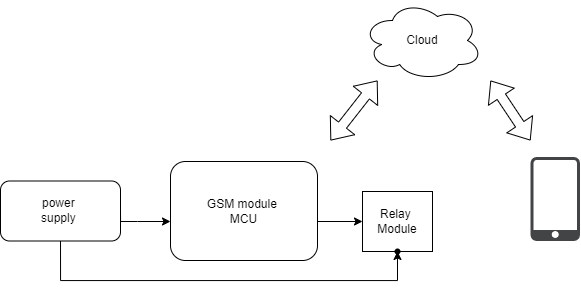
Before: Untitled Diagram.drawio.png, a diagram exported from draw.io (Dileepkv/Battery-Powerd-Remote-Monitoring-System). Source tidied: cells renumbered, new cells last; positions are measured from the earlier drawing's top-left corner, leaving out a move shared by most shapes. Source of this version:
```xml
<mxGraphModel>
  <root>
    <mxCell id="0" />
    <mxCell id="1" parent="0" />
    <mxCell id="2" value="GSM module&amp;nbsp;&lt;br&gt;MCU" style="rounded=1;whiteSpace=wrap;html=1;" parent="1" vertex="1">
      <mxGeometry x="170" y="161" width="147" height="99" as="geometry" />
    </mxCell>
    <mxCell id="3" value="Relay&amp;nbsp;&lt;br&gt;Module" style="rounded=0;whiteSpace=wrap;html=1;" parent="1" vertex="1">
      <mxGeometry x="362" y="191" width="70" height="60" as="geometry" />
    </mxCell>
    <mxCell id="4" style="endArrow=classic;html=1;rounded=0;" parent="1" edge="1" target="3">
      <mxGeometry relative="1" as="geometry">
        <mxPoint x="317" y="221" as="sourcePoint" />
      </mxGeometry>
    </mxCell>
    <mxCell id="5" style="edgeStyle=orthogonalEdgeStyle;rounded=0;jettySize=auto;html=1;exitX=1;exitY=0.5;exitDx=0;exitDy=0;" parent="1" edge="1" source="7" target="2">
      <mxGeometry relative="1" as="geometry">
        <Array as="points">
          <mxPoint x="137" y="221" />
          <mxPoint x="137" y="221" />
        </Array>
      </mxGeometry>
    </mxCell>
    <mxCell id="6" style="edgeStyle=orthogonalEdgeStyle;rounded=0;jettySize=auto;html=1;exitX=0.5;exitY=1;exitDx=0;exitDy=0;" parent="1" edge="1" source="7" target="8">
      <mxGeometry relative="1" as="geometry">
        <Array as="points">
          <mxPoint x="60" y="280" />
          <mxPoint x="397" y="280" />
        </Array>
      </mxGeometry>
    </mxCell>
    <mxCell id="7" value="power &lt;br&gt;supply&amp;nbsp;" style="rounded=1;whiteSpace=wrap;html=1;" parent="1" vertex="1">
      <mxGeometry y="180.5" width="120" height="60" as="geometry" />
    </mxCell>
    <mxCell id="8" style="shape=waypoint;sketch=0;size=6;points=[];fillColor=default;perimeter=centerPerimeter;snapToPoint=1;rounded=1;" parent="1" vertex="1">
      <mxGeometry x="377" y="231" width="40" height="40" as="geometry" />
    </mxCell>
    <mxCell id="9" value="Cloud" style="ellipse;shape=cloud;whiteSpace=wrap;html=1;" parent="1" vertex="1">
      <mxGeometry x="362" width="120" height="80" as="geometry" />
    </mxCell>
    <mxCell id="10" style="shape=flexArrow;endArrow=classic;startArrow=classic;html=1;rounded=0;" parent="1" edge="1">
      <mxGeometry relative="1" as="geometry">
        <mxPoint x="330" y="140" as="sourcePoint" />
        <mxPoint x="377" y="80" as="targetPoint" />
      </mxGeometry>
    </mxCell>
    <mxCell id="11" style="sketch=0;shadow=0;dashed=0;html=1;strokeColor=none;fillColor=#434445;labelPosition=center;verticalLabelPosition=bottom;verticalAlign=top;align=center;shape=mxgraph.vvd.phone;" parent="1" vertex="1">
      <mxGeometry x="530" y="156.6" width="49.5" height="83.9" as="geometry" />
    </mxCell>
    <mxCell id="12" style="shape=flexArrow;endArrow=classic;startArrow=classic;html=1;rounded=0;" parent="1" edge="1">
      <mxGeometry relative="1" as="geometry">
        <mxPoint x="490" y="80" as="sourcePoint" />
        <mxPoint x="530" y="140" as="targetPoint" />
      </mxGeometry>
    </mxCell>
  </root>
</mxGraphModel>
```
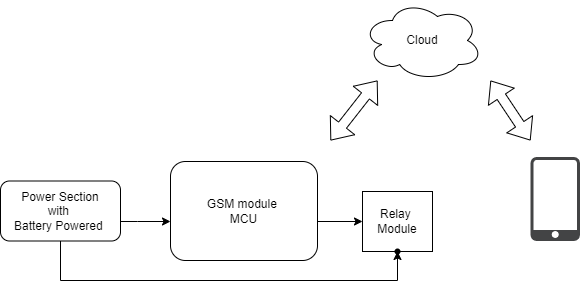
After the change.

The edit, as a diff of the source:
```diff
@@ -29,7 +29,7 @@
         </Array>
       </mxGeometry>
     </mxCell>
-    <mxCell id="7" value="power &lt;br&gt;supply&amp;nbsp;" style="rounded=1;whiteSpace=wrap;html=1;" parent="1" vertex="1">
+    <mxCell id="7" value="Power Section&lt;br&gt;with&amp;nbsp;&lt;br&gt;Battery Powered&amp;nbsp;" style="rounded=1;whiteSpace=wrap;html=1;" parent="1" vertex="1">
       <mxGeometry y="180.5" width="120" height="60" as="geometry" />
     </mxCell>
     <mxCell id="8" style="shape=waypoint;sketch=0;size=6;points=[];fillColor=default;perimeter=centerPerimeter;snapToPoint=1;rounded=1;" parent="1" vertex="1">
```
